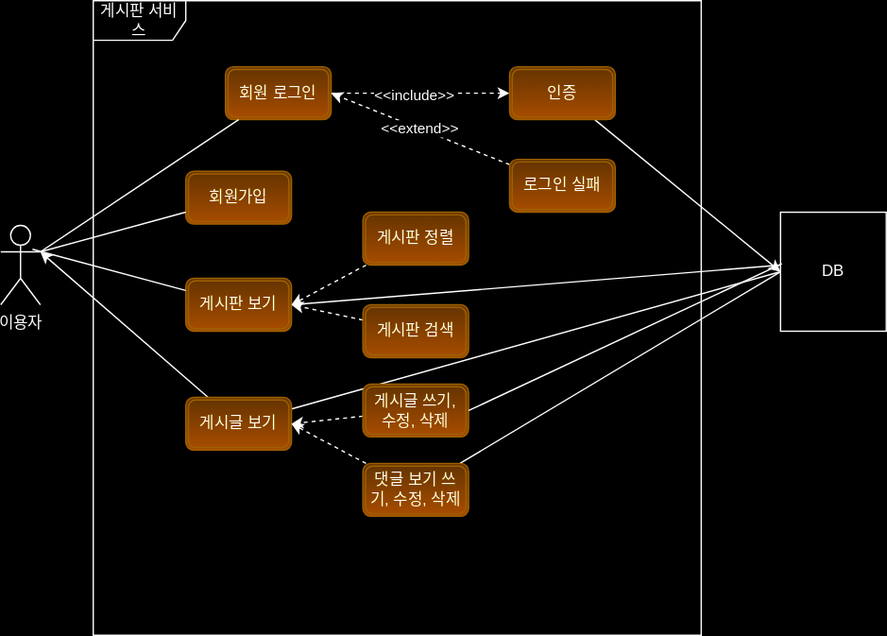
Earlier version of the draw.io export document/use-case.svg (ekek3002/fastcampus-project-board). Source tidied: cells renumbered, new cells last; positions are measured from the earlier drawing's top-left corner, leaving out a move shared by most shapes.
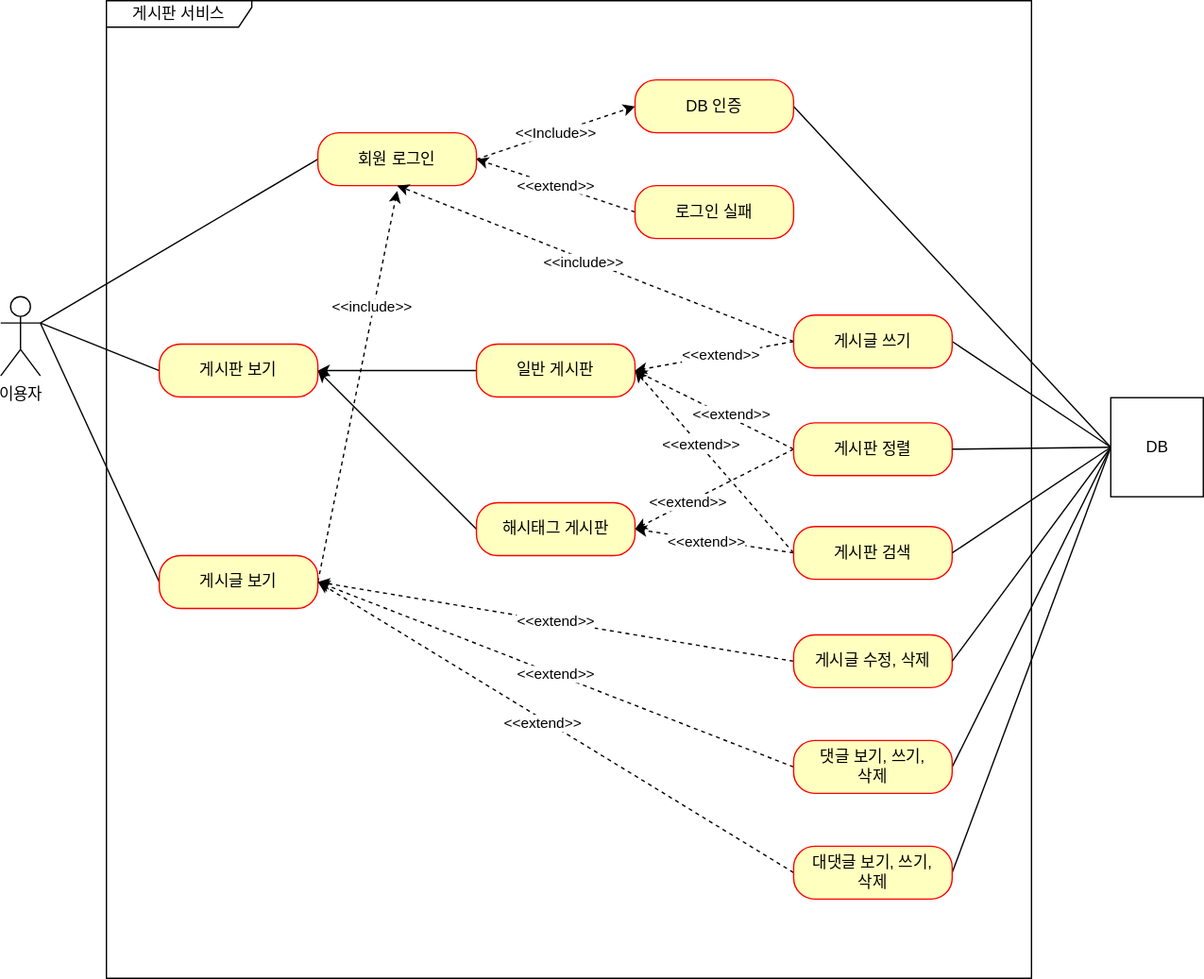
The same diagram one commit later.

Commit message:
#60 - use-case.svg: 현재 서비스 상황에 맞춰 업데이트

The edit, as a diff of the source:
```diff
@@ -3,95 +3,164 @@
     <mxCell id="0" />
     <mxCell id="1" parent="0" />
     <mxCell id="2" value="이용자" style="shape=umlActor;verticalLabelPosition=bottom;verticalAlign=top;html=1;" parent="1" vertex="1">
-      <mxGeometry y="170" width="30" height="60" as="geometry" />
+      <mxGeometry x="-100" y="214" width="30" height="60" as="geometry" />
     </mxCell>
-    <mxCell id="3" value="게시판 서비스" style="shape=umlFrame;whiteSpace=wrap;html=1;width=70;height=30;" parent="1" vertex="1">
-      <mxGeometry x="70" width="460" height="480" as="geometry" />
+    <mxCell id="3" value="게시판 서비스" style="shape=umlFrame;whiteSpace=wrap;html=1;width=110;height=20;" parent="1" vertex="1">
+      <mxGeometry x="-20" y="-10" width="700" height="740" as="geometry" />
     </mxCell>
-    <mxCell id="4" style="edgeStyle=orthogonalEdgeStyle;rounded=0;jettySize=auto;html=1;exitX=1;exitY=0.5;exitDx=0;exitDy=0;dashed=1;" parent="1" edge="1" source="6" target="8">
-      <mxGeometry relative="1" as="geometry" />
-    </mxCell>
-    <mxCell id="5" value="&amp;lt;&amp;lt;include&amp;gt;&amp;gt;" style="edgeLabel;html=1;align=center;verticalAlign=middle;" parent="4" vertex="1">
-      <mxGeometry x="-0.08" y="-1" relative="1" as="geometry" />
-    </mxCell>
+    <mxCell id="31" style="rounded=0;jettySize=auto;html=1;exitX=0;exitY=0.5;exitDx=0;exitDy=0;entryX=1;entryY=0.5;entryDx=0;entryDy=0;" parent="1" edge="1" source="32" target="13">
+      <mxGeometry relative="1" as="geometry" />
+    </mxCell>
+    <mxCell id="32" value="일반 게시판" style="rounded=1;whiteSpace=wrap;html=1;arcSize=40;fontColor=#000000;fillColor=#ffffc0;strokeColor=#ff0000;" parent="1" vertex="1">
+      <mxGeometry x="260" y="250" width="120" height="40" as="geometry" />
+    </mxCell>
+    <mxCell id="28" style="edgeStyle=none;rounded=0;jettySize=auto;html=1;exitX=0;exitY=0.5;exitDx=0;exitDy=0;entryX=1;entryY=0.3333333333333333;entryDx=0;entryDy=0;entryPerimeter=0;endArrow=none;endFill=0;" parent="1" edge="1" source="13" target="2">
+      <mxGeometry relative="1" as="geometry" />
+    </mxCell>
+    <mxCell id="13" value="게시판 보기" style="rounded=1;whiteSpace=wrap;html=1;arcSize=40;fontColor=#000000;fillColor=#ffffc0;strokeColor=#ff0000;" parent="1" vertex="1">
+      <mxGeometry x="20" y="250" width="120" height="40" as="geometry" />
+    </mxCell>
+    <mxCell id="33" style="edgeStyle=none;rounded=0;jettySize=auto;html=1;exitX=0;exitY=0.5;exitDx=0;exitDy=0;endArrow=none;endFill=0;" parent="1" edge="1" source="20">
+      <mxGeometry relative="1" as="geometry">
+        <mxPoint x="-70" y="234" as="targetPoint" />
+      </mxGeometry>
+    </mxCell>
+    <mxCell id="34" style="edgeStyle=none;rounded=0;jettySize=auto;html=1;exitX=1;exitY=0.5;exitDx=0;exitDy=0;dashed=1;endArrow=classic;endFill=1;" parent="1" edge="1" source="20">
+      <mxGeometry relative="1" as="geometry">
+        <mxPoint x="200" y="134" as="targetPoint" />
+      </mxGeometry>
+    </mxCell>
+    <mxCell id="35" value="&amp;lt;&amp;lt;include&amp;gt;&amp;gt;" style="edgeLabel;html=1;align=center;verticalAlign=middle;" parent="34" vertex="1">
+      <mxGeometry x="0.41" y="2" relative="1" as="geometry" />
+    </mxCell>
+    <mxCell id="20" value="게시글 보기" style="rounded=1;whiteSpace=wrap;html=1;arcSize=40;fontColor=#000000;fillColor=#ffffc0;strokeColor=#ff0000;" parent="1" vertex="1">
+      <mxGeometry x="20" y="410" width="120" height="40" as="geometry" />
+    </mxCell>
+    <mxCell id="36" style="edgeStyle=none;rounded=0;jettySize=auto;html=1;exitX=0;exitY=0.5;exitDx=0;exitDy=0;endArrow=none;endFill=0;" parent="1" edge="1" source="6">
+      <mxGeometry relative="1" as="geometry">
+        <mxPoint x="-70" y="234" as="targetPoint" />
+      </mxGeometry>
+    </mxCell>
+    <mxCell id="37" value="&amp;lt;&amp;lt;Include&amp;gt;&amp;gt;" style="rounded=0;jettySize=auto;html=1;exitX=1;exitY=0.5;exitDx=0;exitDy=0;entryX=0;entryY=0.5;entryDx=0;entryDy=0;dashed=1;" parent="1" edge="1" source="6" target="39">
+      <mxGeometry relative="1" as="geometry" />
+    </mxCell>
-    <mxCell id="6" value="회원 로그인" style="shape=ext;double=1;rounded=1;whiteSpace=wrap;html=1;fillColor=#ffcd28;strokeColor=#d79b00;gradientColor=#ffa500;" parent="1" vertex="1">
-      <mxGeometry x="170" y="50" width="80" height="40" as="geometry" />
+    <mxCell id="6" value="회원 로그인" style="rounded=1;whiteSpace=wrap;html=1;arcSize=40;fontColor=#000000;fillColor=#ffffc0;strokeColor=#ff0000;" parent="1" vertex="1">
+      <mxGeometry x="140" y="90" width="120" height="40" as="geometry" />
     </mxCell>
-    <mxCell id="7" style="rounded=0;jettySize=auto;html=1;entryX=0;entryY=0.5;entryDx=0;entryDy=0;" parent="1" edge="1" source="8" target="29">
-      <mxGeometry relative="1" as="geometry" />
-    </mxCell>
-    <mxCell id="8" value="인증" style="shape=ext;double=1;rounded=1;whiteSpace=wrap;html=1;fillColor=#ffcd28;strokeColor=#d79b00;gradientColor=#ffa500;" parent="1" vertex="1">
-      <mxGeometry x="385" y="50" width="80" height="40" as="geometry" />
-    </mxCell>
+    <mxCell id="38" style="edgeStyle=none;rounded=0;jettySize=auto;html=1;exitX=1;exitY=0.5;exitDx=0;exitDy=0;entryX=0;entryY=0.5;entryDx=0;entryDy=0;endArrow=none;endFill=0;" parent="1" edge="1" source="39" target="29">
+      <mxGeometry relative="1" as="geometry" />
+    </mxCell>
+    <mxCell id="39" value="DB 인증" style="rounded=1;whiteSpace=wrap;html=1;arcSize=40;fontColor=#000000;fillColor=#ffffc0;strokeColor=#ff0000;" parent="1" vertex="1">
+      <mxGeometry x="380" y="50" width="120" height="40" as="geometry" />
+    </mxCell>
-    <mxCell id="9" value="&amp;lt;&amp;lt;extend&amp;gt;&amp;gt;" style="rounded=0;jettySize=auto;html=1;entryX=1;entryY=0.5;entryDx=0;entryDy=0;dashed=1;" parent="1" edge="1" source="10" target="6">
+    <mxCell id="9" value="&amp;lt;&amp;lt;extend&amp;gt;&amp;gt;" style="edgeStyle=none;rounded=0;jettySize=auto;html=1;exitX=0;exitY=0.5;exitDx=0;exitDy=0;entryX=1;entryY=0.5;entryDx=0;entryDy=0;endArrow=classic;endFill=1;dashed=1;" parent="1" edge="1" source="10" target="6">
       <mxGeometry relative="1" as="geometry" />
     </mxCell>
-    <mxCell id="10" value="로그인 실패" style="shape=ext;double=1;rounded=1;whiteSpace=wrap;html=1;fillColor=#ffcd28;strokeColor=#d79b00;gradientColor=#ffa500;" parent="1" vertex="1">
-      <mxGeometry x="385" y="120" width="80" height="40" as="geometry" />
+    <mxCell id="10" value="로그인 실패" style="rounded=1;whiteSpace=wrap;html=1;arcSize=40;fontColor=#000000;fillColor=#ffffc0;strokeColor=#ff0000;" parent="1" vertex="1">
+      <mxGeometry x="380" y="130" width="120" height="40" as="geometry" />
     </mxCell>
-    <mxCell id="11" value="회원가입" style="shape=ext;double=1;rounded=1;whiteSpace=wrap;html=1;fillColor=#ffcd28;strokeColor=#d79b00;gradientColor=#ffa500;" parent="1" vertex="1">
-      <mxGeometry x="140" y="129" width="80" height="40" as="geometry" />
-    </mxCell>
-    <mxCell id="12" style="rounded=0;jettySize=auto;html=1;exitX=1;exitY=0.5;exitDx=0;exitDy=0;endArrow=none;endFill=0;" parent="1" edge="1" source="13">
-      <mxGeometry relative="1" as="geometry">
-        <mxPoint x="590" y="200" as="targetPoint" />
-      </mxGeometry>
-    </mxCell>
-    <mxCell id="13" value="게시판 보기" style="shape=ext;double=1;rounded=1;whiteSpace=wrap;html=1;fillColor=#ffcd28;strokeColor=#d79b00;gradientColor=#ffa500;" parent="1" vertex="1">
-      <mxGeometry x="140" y="210" width="80" height="40" as="geometry" />
-    </mxCell>
-    <mxCell id="14" style="rounded=0;jettySize=auto;html=1;entryX=1;entryY=0.5;entryDx=0;entryDy=0;dashed=1;" parent="1" edge="1" source="15" target="13">
-      <mxGeometry relative="1" as="geometry" />
-    </mxCell>
+    <mxCell id="40" style="edgeStyle=none;rounded=0;jettySize=auto;html=1;exitX=0;exitY=0.5;exitDx=0;exitDy=0;entryX=1;entryY=0.5;entryDx=0;entryDy=0;dashed=1;endArrow=classic;endFill=1;" parent="1" edge="1" source="17" target="32">
+      <mxGeometry relative="1" as="geometry" />
+    </mxCell>
+    <mxCell id="41" value="&amp;lt;&amp;lt;extend&amp;gt;&amp;gt;" style="edgeLabel;html=1;align=center;verticalAlign=middle;" parent="40" vertex="1">
+      <mxGeometry x="-0.18" y="-3" relative="1" as="geometry" />
+    </mxCell>
+    <mxCell id="42" style="edgeStyle=none;rounded=0;jettySize=auto;html=1;exitX=0;exitY=0.5;exitDx=0;exitDy=0;entryX=1;entryY=0.5;entryDx=0;entryDy=0;dashed=1;" parent="1" edge="1" source="17" target="59">
+      <mxGeometry relative="1" as="geometry" />
+    </mxCell>
+    <mxCell id="43" value="&amp;lt;&amp;lt;extend&amp;gt;&amp;gt;" style="edgeLabel;html=1;align=center;verticalAlign=middle;" parent="42" vertex="1">
+      <mxGeometry x="0.33" relative="1" as="geometry">
+        <mxPoint x="-1" as="offset" />
+      </mxGeometry>
+    </mxCell>
+    <mxCell id="17" value="게시판 정렬" style="rounded=1;whiteSpace=wrap;html=1;arcSize=40;fontColor=#000000;fillColor=#ffffc0;strokeColor=#ff0000;" parent="1" vertex="1">
+      <mxGeometry x="500" y="309.5" width="120" height="40" as="geometry" />
+    </mxCell>
+    <mxCell id="44" style="edgeStyle=none;rounded=0;jettySize=auto;html=1;exitX=0;exitY=0.5;exitDx=0;exitDy=0;dashed=1;endArrow=classic;endFill=1;entryX=1;entryY=0.5;entryDx=0;entryDy=0;" parent="1" edge="1" source="15" target="32">
+      <mxGeometry relative="1" as="geometry" />
+    </mxCell>
+    <mxCell id="45" value="&amp;lt;&amp;lt;extend&amp;gt;&amp;gt;" style="edgeLabel;html=1;align=center;verticalAlign=middle;" parent="44" vertex="1">
+      <mxGeometry x="0.18" y="-1" relative="1" as="geometry" />
+    </mxCell>
+    <mxCell id="46" style="edgeStyle=none;rounded=0;jettySize=auto;html=1;exitX=0;exitY=0.5;exitDx=0;exitDy=0;entryX=1;entryY=0.5;entryDx=0;entryDy=0;dashed=1;" parent="1" edge="1" source="15" target="59">
+      <mxGeometry relative="1" as="geometry" />
+    </mxCell>
+    <mxCell id="47" value="&amp;lt;&amp;lt;extend&amp;gt;&amp;gt;" style="edgeLabel;html=1;align=center;verticalAlign=middle;" parent="46" vertex="1">
+      <mxGeometry x="0.11" y="2" relative="1" as="geometry">
+        <mxPoint x="1" as="offset" />
+      </mxGeometry>
+    </mxCell>
-    <mxCell id="15" value="게시판 검색" style="shape=ext;double=1;rounded=1;whiteSpace=wrap;html=1;fillColor=#ffcd28;strokeColor=#d79b00;gradientColor=#ffa500;" parent="1" vertex="1">
-      <mxGeometry x="274" y="230" width="80" height="40" as="geometry" />
+    <mxCell id="15" value="게시판 검색" style="rounded=1;whiteSpace=wrap;html=1;arcSize=40;fontColor=#000000;fillColor=#ffffc0;strokeColor=#ff0000;" parent="1" vertex="1">
+      <mxGeometry x="500" y="388" width="120" height="40" as="geometry" />
     </mxCell>
-    <mxCell id="16" style="rounded=0;jettySize=auto;html=1;entryX=1;entryY=0.5;entryDx=0;entryDy=0;dashed=1;" parent="1" edge="1" source="17" target="13">
-      <mxGeometry relative="1" as="geometry" />
-    </mxCell>
-    <mxCell id="17" value="게시판 정렬" style="shape=ext;double=1;rounded=1;whiteSpace=wrap;html=1;fillColor=#ffcd28;strokeColor=#d79b00;gradientColor=#ffa500;" parent="1" vertex="1">
-      <mxGeometry x="274" y="160" width="80" height="40" as="geometry" />
-    </mxCell>
-    <mxCell id="18" style="rounded=0;jettySize=auto;html=1;" parent="1" edge="1" source="20">
-      <mxGeometry relative="1" as="geometry">
-        <mxPoint x="30" y="190" as="targetPoint" />
-      </mxGeometry>
-    </mxCell>
-    <mxCell id="19" style="rounded=0;jettySize=auto;html=1;entryX=0;entryY=0.5;entryDx=0;entryDy=0;endArrow=none;endFill=0;" parent="1" edge="1" source="20" target="29">
-      <mxGeometry relative="1" as="geometry" />
-    </mxCell>
-    <mxCell id="20" value="게시글 보기" style="shape=ext;double=1;rounded=1;whiteSpace=wrap;html=1;fillColor=#ffcd28;strokeColor=#d79b00;gradientColor=#ffa500;" parent="1" vertex="1">
-      <mxGeometry x="140" y="300" width="80" height="40" as="geometry" />
-    </mxCell>
-    <mxCell id="21" style="rounded=0;jettySize=auto;html=1;entryX=1;entryY=0.5;entryDx=0;entryDy=0;dashed=1;" parent="1" edge="1" source="22" target="20">
-      <mxGeometry relative="1" as="geometry" />
-    </mxCell>
-    <mxCell id="22" value="게시글 쓰기, 수정, 삭제" style="shape=ext;double=1;rounded=1;whiteSpace=wrap;html=1;fillColor=#ffcd28;strokeColor=#d79b00;gradientColor=#ffa500;" parent="1" vertex="1">
-      <mxGeometry x="274" y="290" width="80" height="40" as="geometry" />
-    </mxCell>
-    <mxCell id="23" style="rounded=0;jettySize=auto;html=1;dashed=1;entryX=1;entryY=0.5;entryDx=0;entryDy=0;" parent="1" edge="1" source="25" target="20">
-      <mxGeometry relative="1" as="geometry" />
-    </mxCell>
-    <mxCell id="24" style="rounded=0;jettySize=auto;html=1;entryX=0;entryY=0.5;entryDx=0;entryDy=0;endArrow=none;endFill=0;" parent="1" edge="1" source="25" target="29">
-      <mxGeometry relative="1" as="geometry" />
-    </mxCell>
-    <mxCell id="25" value="댓글 보기 쓰기, 수정, 삭제" style="shape=ext;double=1;rounded=1;whiteSpace=wrap;html=1;fillColor=#ffcd28;strokeColor=#d79b00;gradientColor=#ffa500;" parent="1" vertex="1">
-      <mxGeometry x="274" y="350" width="80" height="40" as="geometry" />
-    </mxCell>
-    <mxCell id="26" style="rounded=0;jettySize=auto;html=1;entryX=1;entryY=0.3333333333333333;entryDx=0;entryDy=0;entryPerimeter=0;endArrow=none;endFill=0;" parent="1" edge="1" source="11" target="2">
-      <mxGeometry relative="1" as="geometry" />
-    </mxCell>
-    <mxCell id="27" style="rounded=0;jettySize=auto;html=1;entryX=1;entryY=0.3333333333333333;entryDx=0;entryDy=0;entryPerimeter=0;endArrow=none;endFill=0;" parent="1" edge="1" source="6" target="2">
-      <mxGeometry relative="1" as="geometry" />
-    </mxCell>
-    <mxCell id="28" style="rounded=0;jettySize=auto;html=1;entryX=0.8;entryY=0.3;entryDx=0;entryDy=0;entryPerimeter=0;strokeColor=default;endArrow=none;endFill=0;" parent="1" edge="1" source="13" target="2">
-      <mxGeometry relative="1" as="geometry" />
-    </mxCell>
+    <mxCell id="48" value="&amp;lt;&amp;lt;extend&amp;gt;&amp;gt;" style="edgeStyle=none;rounded=0;jettySize=auto;html=1;exitX=0;exitY=0.5;exitDx=0;exitDy=0;entryX=1;entryY=0.5;entryDx=0;entryDy=0;dashed=1;endArrow=classic;endFill=1;" parent="1" edge="1" source="49" target="20">
+      <mxGeometry relative="1" as="geometry" />
+    </mxCell>
+    <mxCell id="49" value="게시글 수정, 삭제" style="rounded=1;whiteSpace=wrap;html=1;arcSize=40;fontColor=#000000;fillColor=#ffffc0;strokeColor=#ff0000;" parent="1" vertex="1">
+      <mxGeometry x="500" y="470" width="120" height="40" as="geometry" />
+    </mxCell>
+    <mxCell id="50" style="edgeStyle=none;rounded=0;jettySize=auto;html=1;exitX=0;exitY=0.5;exitDx=0;exitDy=0;dashed=1;endArrow=classic;endFill=1;entryX=1;entryY=0.5;entryDx=0;entryDy=0;" parent="1" edge="1" source="53" target="20">
+      <mxGeometry relative="1" as="geometry" />
+    </mxCell>
+    <mxCell id="51" value="&amp;lt;&amp;lt;extend&amp;gt;&amp;gt;" style="edgeLabel;html=1;align=center;verticalAlign=middle;" parent="50" vertex="1">
+      <mxGeometry x="0.01" relative="1" as="geometry" />
+    </mxCell>
+    <mxCell id="52" style="edgeStyle=none;rounded=0;jettySize=auto;html=1;exitX=1;exitY=0.5;exitDx=0;exitDy=0;endArrow=none;endFill=0;entryX=0;entryY=0.5;entryDx=0;entryDy=0;" parent="1" edge="1" source="53" target="29">
+      <mxGeometry relative="1" as="geometry" />
+    </mxCell>
+    <mxCell id="53" value="댓글 보기, 쓰기,&lt;br&gt;삭제" style="rounded=1;whiteSpace=wrap;html=1;arcSize=40;fontColor=#000000;fillColor=#ffffc0;strokeColor=#ff0000;" parent="1" vertex="1">
+      <mxGeometry x="500" y="550" width="120" height="40" as="geometry" />
+    </mxCell>
+    <mxCell id="54" style="edgeStyle=none;rounded=0;jettySize=auto;html=1;exitX=0;exitY=0.5;exitDx=0;exitDy=0;entryX=1;entryY=0.5;entryDx=0;entryDy=0;endArrow=none;endFill=0;" parent="1" edge="1" source="29" target="49">
+      <mxGeometry relative="1" as="geometry" />
+    </mxCell>
+    <mxCell id="55" style="edgeStyle=none;rounded=0;jettySize=auto;html=1;exitX=0;exitY=0.5;exitDx=0;exitDy=0;entryX=1;entryY=0.5;entryDx=0;entryDy=0;endArrow=none;endFill=0;" parent="1" edge="1" source="29" target="15">
+      <mxGeometry relative="1" as="geometry" />
+    </mxCell>
+    <mxCell id="56" style="edgeStyle=none;rounded=0;jettySize=auto;html=1;exitX=0;exitY=0.5;exitDx=0;exitDy=0;entryX=1;entryY=0.5;entryDx=0;entryDy=0;endArrow=none;endFill=0;" parent="1" edge="1" source="29" target="17">
+      <mxGeometry relative="1" as="geometry" />
+    </mxCell>
+    <mxCell id="57" style="edgeStyle=none;rounded=0;jettySize=auto;html=1;exitX=0;exitY=0.5;exitDx=0;exitDy=0;entryX=1;entryY=0.5;entryDx=0;entryDy=0;endArrow=none;endFill=0;" parent="1" edge="1" source="29" target="65">
+      <mxGeometry relative="1" as="geometry" />
+    </mxCell>
-    <mxCell id="29" value="DB" style="html=1;whiteSpace=wrap;" parent="1" vertex="1">
-      <mxGeometry x="590" y="160" width="80" height="90" as="geometry" />
+    <mxCell id="29" value="DB" style="html=1;" parent="1" vertex="1">
+      <mxGeometry x="740" y="290.5" width="70" height="75" as="geometry" />
     </mxCell>
-    <mxCell id="30" style="rounded=0;jettySize=auto;html=1;exitX=1;exitY=0.5;exitDx=0;exitDy=0;entryX=0.013;entryY=0.433;entryDx=0;entryDy=0;entryPerimeter=0;endArrow=none;endFill=0;" parent="1" edge="1" source="22" target="29">
-      <mxGeometry relative="1" as="geometry" />
-    </mxCell>
+    <mxCell id="58" style="jettySize=auto;html=1;exitX=0;exitY=0.5;exitDx=0;exitDy=0;entryX=1;entryY=0.5;entryDx=0;entryDy=0;rounded=0;" parent="1" edge="1" source="59" target="13">
+      <mxGeometry relative="1" as="geometry" />
+    </mxCell>
+    <mxCell id="59" value="해시태그 게시판" style="rounded=1;whiteSpace=wrap;html=1;arcSize=40;fontColor=#000000;fillColor=#ffffc0;strokeColor=#ff0000;" parent="1" vertex="1">
+      <mxGeometry x="260" y="370" width="120" height="40" as="geometry" />
+    </mxCell>
+    <mxCell id="60" style="edgeStyle=none;rounded=0;orthogonalLoop=1;jettySize=auto;html=1;exitX=0;exitY=0.5;exitDx=0;exitDy=0;" parent="1" edge="1" source="15" target="15">
+      <mxGeometry relative="1" as="geometry" />
+    </mxCell>
+    <mxCell id="61" style="edgeStyle=none;rounded=0;jettySize=auto;html=1;exitX=0;exitY=0.5;exitDx=0;exitDy=0;entryX=1;entryY=0.5;entryDx=0;entryDy=0;dashed=1;" parent="1" edge="1" source="65" target="32">
+      <mxGeometry relative="1" as="geometry" />
+    </mxCell>
+    <mxCell id="62" value="&amp;lt;&amp;lt;extend&amp;gt;&amp;gt;" style="edgeLabel;html=1;align=center;verticalAlign=middle;" parent="61" vertex="1">
+      <mxGeometry x="-0.09" y="-1" relative="1" as="geometry" />
+    </mxCell>
+    <mxCell id="63" style="edgeStyle=none;rounded=0;jettySize=auto;html=1;exitX=0;exitY=0.5;exitDx=0;exitDy=0;entryX=0.5;entryY=1;entryDx=0;entryDy=0;endArrow=classic;endFill=1;dashed=1;" parent="1" edge="1" source="65" target="6">
+      <mxGeometry relative="1" as="geometry" />
+    </mxCell>
+    <mxCell id="64" value="&amp;lt;&amp;lt;include&amp;gt;&amp;gt;" style="edgeLabel;html=1;align=center;verticalAlign=middle;" parent="63" vertex="1">
+      <mxGeometry x="0.06" y="2" relative="1" as="geometry" />
+    </mxCell>
+    <mxCell id="65" value="게시글 쓰기" style="rounded=1;whiteSpace=wrap;html=1;arcSize=40;fontColor=#000000;fillColor=#ffffc0;strokeColor=#ff0000;" parent="1" vertex="1">
+      <mxGeometry x="500" y="228" width="120" height="40" as="geometry" />
+    </mxCell>
+    <mxCell id="66" style="edgeStyle=none;rounded=0;jettySize=auto;html=1;exitX=0;exitY=0.5;exitDx=0;exitDy=0;entryX=1;entryY=0.5;entryDx=0;entryDy=0;endArrow=classic;endFill=1;dashed=1;" parent="1" edge="1" source="69" target="20">
+      <mxGeometry relative="1" as="geometry" />
+    </mxCell>
+    <mxCell id="67" value="&amp;lt;&amp;lt;extend&amp;gt;&amp;gt;" style="edgeLabel;html=1;align=center;verticalAlign=middle;" parent="66" vertex="1">
+      <mxGeometry x="0.05" y="3" relative="1" as="geometry" />
+    </mxCell>
+    <mxCell id="68" style="edgeStyle=none;rounded=0;jettySize=auto;html=1;exitX=1;exitY=0.5;exitDx=0;exitDy=0;entryX=0;entryY=0.5;entryDx=0;entryDy=0;endArrow=none;endFill=0;" parent="1" edge="1" source="69" target="29">
+      <mxGeometry relative="1" as="geometry" />
+    </mxCell>
+    <mxCell id="69" value="대댓글 보기, 쓰기,&lt;br&gt;삭제" style="rounded=1;whiteSpace=wrap;html=1;arcSize=40;fontColor=#000000;fillColor=#ffffc0;strokeColor=#ff0000;" parent="1" vertex="1">
+      <mxGeometry x="500" y="630" width="120" height="40" as="geometry" />
+    </mxCell>
   </root>
 </mxGraphModel>
```
